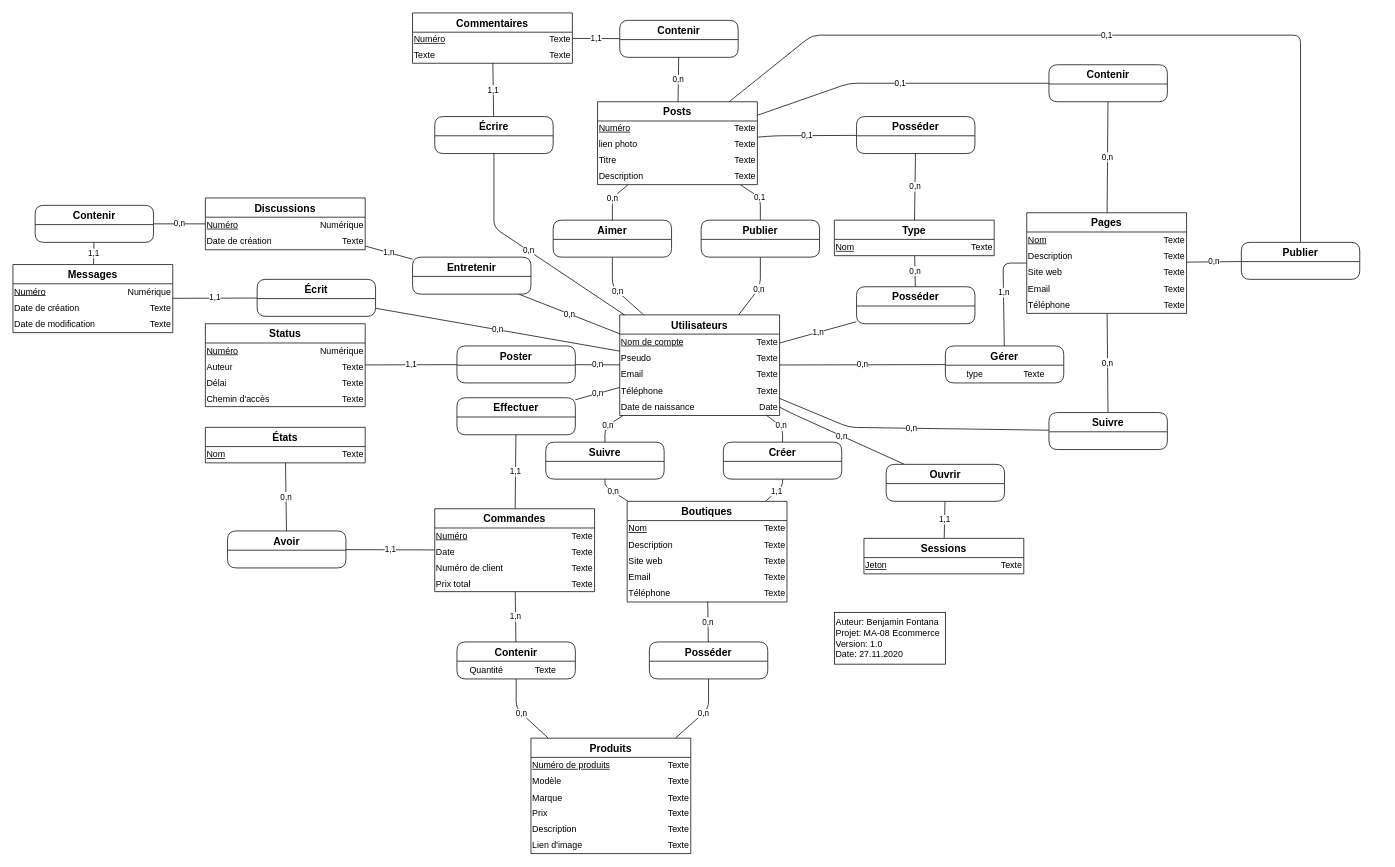
Above: MCD RS.drawio in R0kkxSynetique/MA-08-Modele_ReseauSocial (draw.io), before the change. Source tidied: cells renumbered, new cells numbered last; positions are measured from the earlier drawing's top-left corner, leaving out a move shared by most shapes. Both pictures are drawn from the tidied source at 74%, with x=0, y=0 at pixel (13, 13).
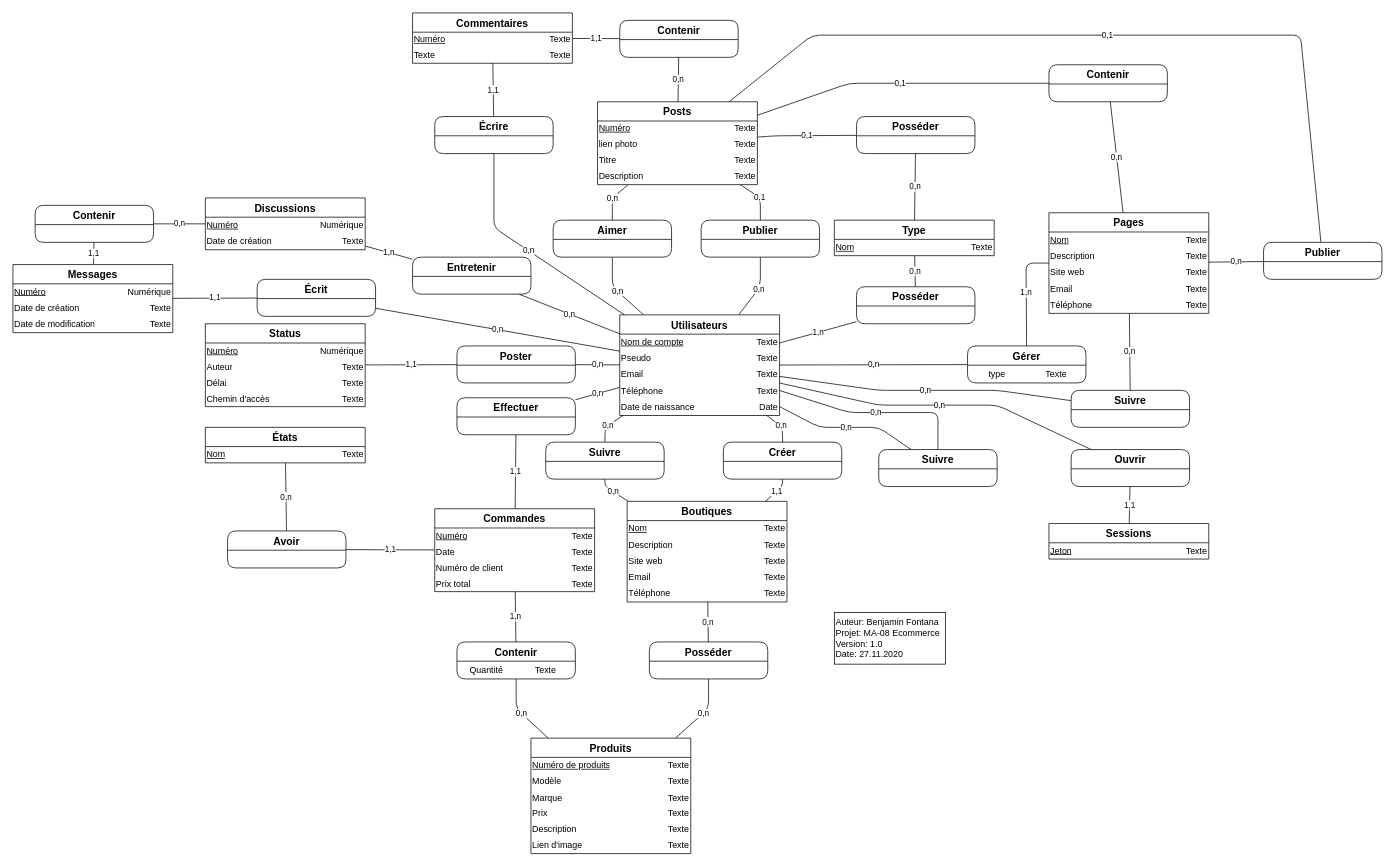
The same diagram, later.

Commit message:
Ajout de liaison suivre

The change refers to these unchanged cells:
```xml
<mxCell id="8" value="Utilisateurs" style="swimlane;fontStyle=1;horizontal=1;startSize=26;align=center;fontSize=14;rounded=0;swimlaneFillColor=#ffffff;" parent="1" vertex="1">
  <mxGeometry x="820" y="408" width="216" height="136" as="geometry" />
</mxCell>
```

What changed in the source:
```diff
@@
     <mxCell id="25" value="0,n" style="endArrow=none;html=1;" parent="1" edge="1" source="269" target="8">
       <mxGeometry relative="1" as="geometry">
         <Array as="points">
-          <mxPoint x="1050" y="540" />
+          <mxPoint x="1330" y="530" />
+          <mxPoint x="1170" y="530" />
         </Array>
       </mxGeometry>
     </mxCell>
@@
     <mxCell id="32" value="0,n" style="endArrow=none;html=1;" parent="1" edge="1" source="8" target="127">
       <mxGeometry relative="1" as="geometry">
         <Array as="points">
-          <mxPoint x="1130" y="560" />
+          <mxPoint x="1170" y="510" />
+          <mxPoint x="1330" y="510" />
         </Array>
       </mxGeometry>
     </mxCell>
@@
     <mxCell id="127" value="Suivre" style="swimlane;fontStyle=1;horizontal=1;startSize=26;align=center;fontSize=14;rounded=1;swimlaneFillColor=#ffffff;" parent="1" vertex="1">
-      <mxGeometry x="1400" y="540" width="160" height="50" as="geometry" />
+      <mxGeometry x="1430" y="510" width="160" height="50" as="geometry" />
     </mxCell>
@@
     <mxCell id="144" value="1,n" style="endArrow=none;html=1;" parent="1" edge="1" source="300" target="145">
       <mxGeometry relative="1" as="geometry">
         <Array as="points">
-          <mxPoint x="1338" y="338" />
+          <mxPoint x="1369" y="338" />
         </Array>
       </mxGeometry>
     </mxCell>
     <mxCell id="145" value="Pages" style="swimlane;fontStyle=1;horizontal=1;startSize=26;align=center;fontSize=14;rounded=0;swimlaneFillColor=#ffffff;" parent="1" vertex="1">
-      <mxGeometry x="1370" y="270" width="216" height="136" as="geometry" />
+      <mxGeometry x="1400" y="270" width="216" height="136" as="geometry" />
     </mxCell>
@@
     <mxCell id="269" value="Ouvrir" style="swimlane;fontStyle=1;horizontal=1;startSize=26;align=center;fontSize=14;rounded=1;swimlaneFillColor=#ffffff;" parent="1" vertex="1">
-      <mxGeometry x="1180" y="610" width="160" height="50" as="geometry" />
+      <mxGeometry x="1430" y="590" width="160" height="50" as="geometry" />
     </mxCell>
@@
     <mxCell id="274" value="Sessions" style="swimlane;fontStyle=1;horizontal=1;startSize=26;align=center;fontSize=14;rounded=0;swimlaneFillColor=#ffffff;" parent="1" vertex="1">
-      <mxGeometry x="1150" y="710" width="216" height="48" as="geometry" />
+      <mxGeometry x="1400" y="690" width="216" height="48" as="geometry" />
     </mxCell>
@@
     <mxCell id="295" value="Publier" style="swimlane;fontStyle=1;horizontal=1;startSize=26;align=center;fontSize=14;rounded=1;swimlaneFillColor=#ffffff;" parent="1" vertex="1">
-      <mxGeometry x="1660" y="310" width="160" height="50" as="geometry" />
+      <mxGeometry x="1690" y="310" width="160" height="50" as="geometry" />
     </mxCell>
@@
     <mxCell id="300" value="Gérer" style="swimlane;fontStyle=1;horizontal=1;startSize=26;align=center;fontSize=14;rounded=1;swimlaneFillColor=#ffffff;" parent="1" vertex="1">
-      <mxGeometry x="1260" y="450" width="160" height="50" as="geometry" />
+      <mxGeometry x="1290" y="450" width="160" height="50" as="geometry" />
     </mxCell>
@@
+    <mxCell id="305" value="Suivre" style="swimlane;fontStyle=1;horizontal=1;startSize=26;align=center;fontSize=14;rounded=1;swimlaneFillColor=#ffffff;" parent="1" vertex="1">
+      <mxGeometry x="1170" y="590" width="160" height="50" as="geometry" />
+    </mxCell>
+    <mxCell id="306" style="shape=table;html=1;whiteSpace=wrap;startSize=0;childLayout=tableLayout;fillColor=none;strokeColor=none;" parent="305" vertex="1">
+      <mxGeometry y="26" width="160" height="24" as="geometry" />
+    </mxCell>
+    <mxCell id="307" style="shape=partialRectangle;html=1;whiteSpace=wrap;fillColor=none;top=0;left=0;bottom=0;right=0;" parent="306" vertex="1">
+      <mxGeometry width="160" height="24" as="geometry" />
+    </mxCell>
+    <mxCell id="308" style="shape=partialRectangle;html=1;whiteSpace=wrap;fillColor=none;top=0;left=0;bottom=0;right=0;overflow=hidden;strokeColor=none;" parent="307" vertex="1">
+      <mxGeometry width="80" height="24" as="geometry" />
+    </mxCell>
+    <mxCell id="309" style="shape=partialRectangle;html=1;whiteSpace=wrap;fillColor=none;top=0;left=0;bottom=0;right=0;overflow=hidden;" parent="307" vertex="1">
+      <mxGeometry x="80" width="80" height="24" as="geometry" />
+    </mxCell>
+    <mxCell id="310" value="0,n" style="endArrow=none;html=1;" parent="1" edge="1" source="305" target="8">
+      <mxGeometry relative="1" as="geometry">
+        <Array as="points">
+          <mxPoint x="1250" y="540" />
+          <mxPoint x="1130" y="540" />
+        </Array>
+      </mxGeometry>
+    </mxCell>
+    <mxCell id="311" value="0,n" style="endArrow=none;html=1;" parent="1" edge="1" source="305" target="8">
+      <mxGeometry relative="1" as="geometry">
+        <Array as="points">
+          <mxPoint x="1170" y="560" />
+          <mxPoint x="1090" y="560" />
+        </Array>
+      </mxGeometry>
+    </mxCell>
```
